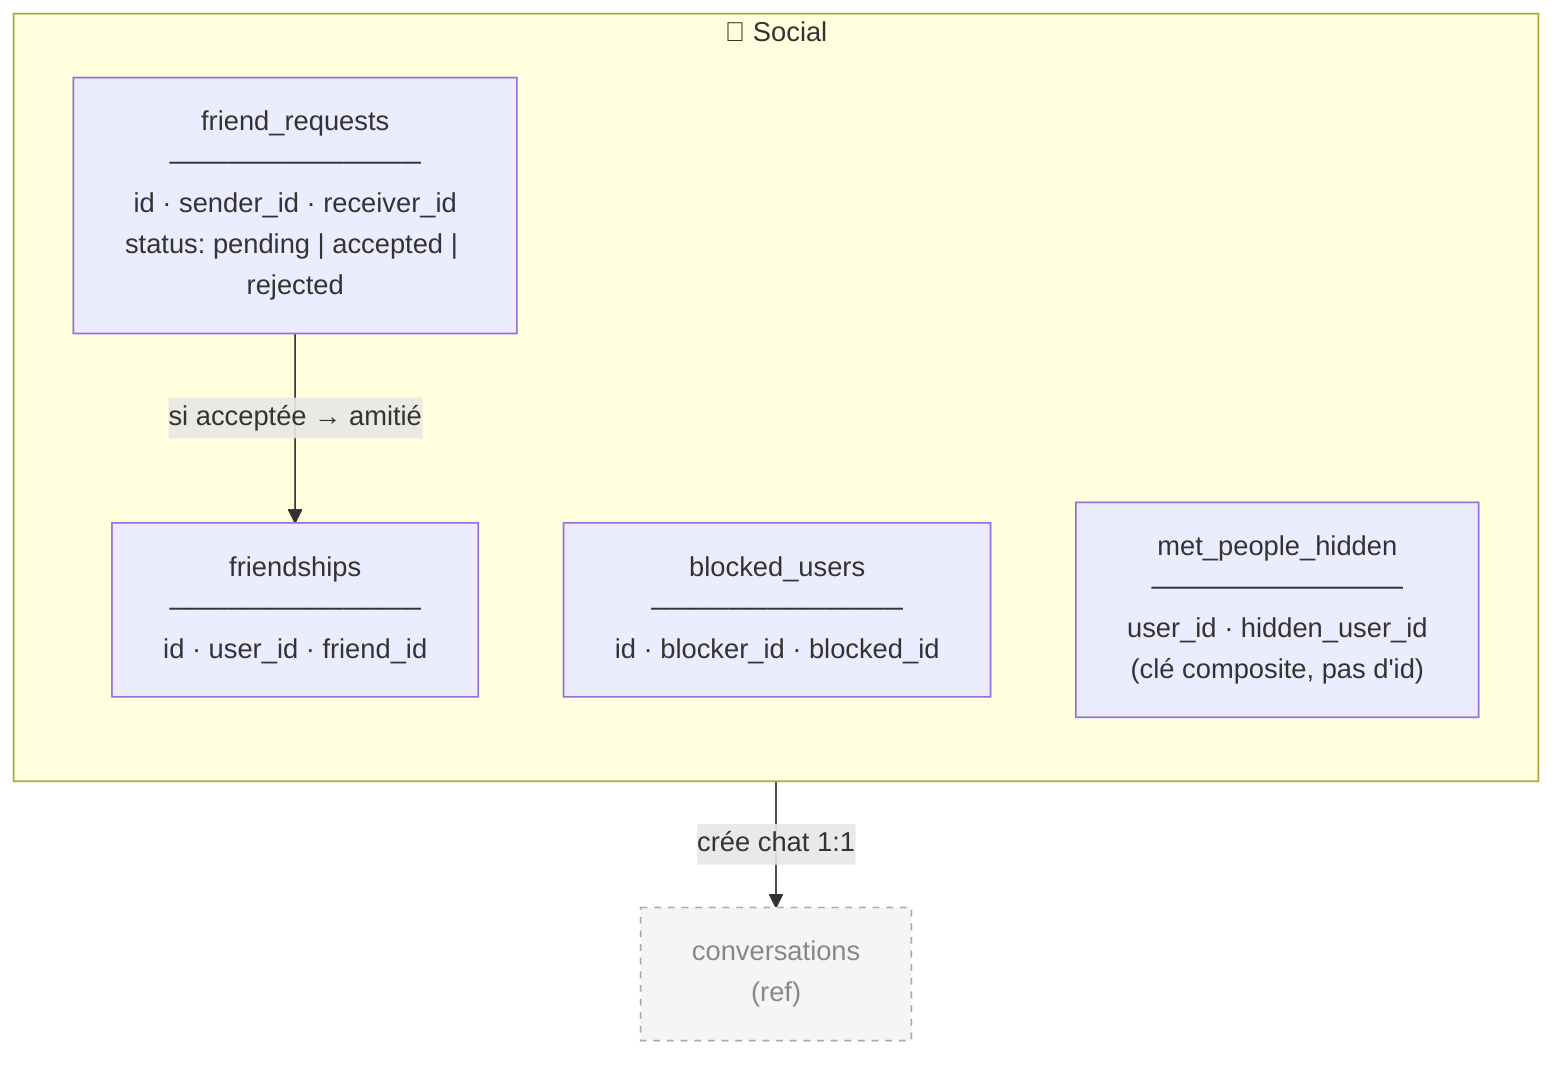
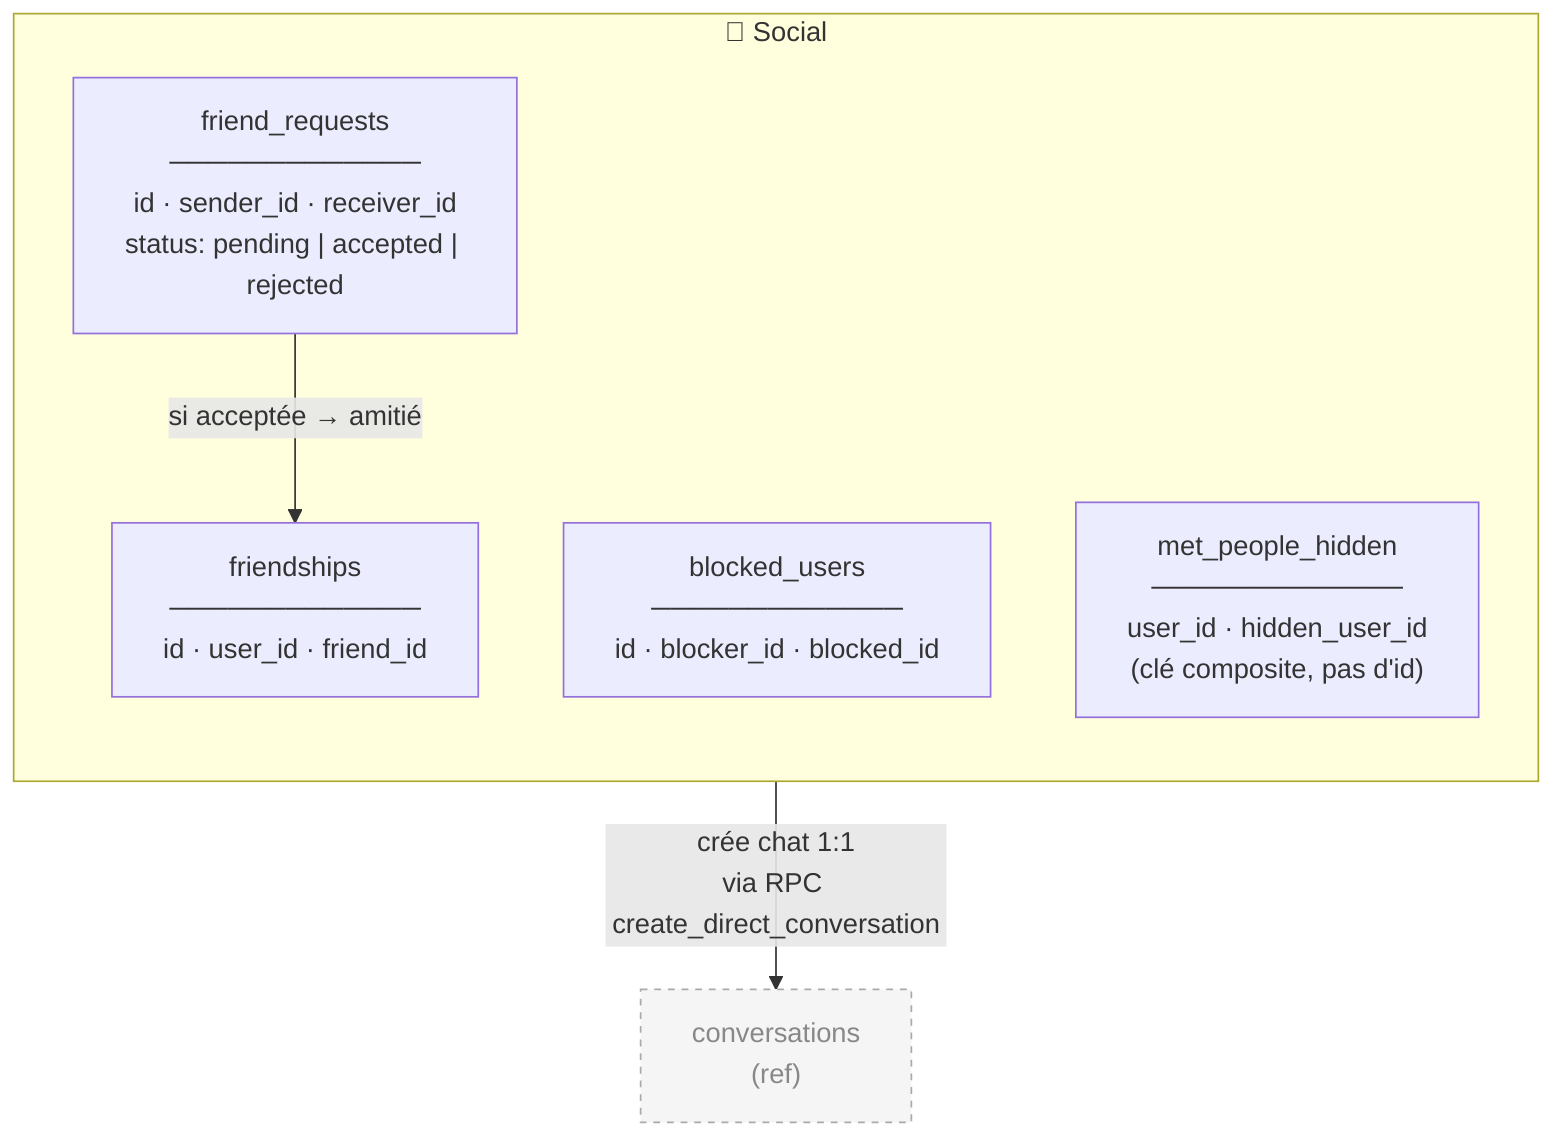
flowchart TD

  subgraph SOC["🤝 Social"]
    direction TB
    FR["friend_requests\n─────────────\nid · sender_id · receiver_id\nstatus: pending | accepted | rejected"]
    FS["friendships\n─────────────\nid · user_id · friend_id"]
    BU["blocked_users\n─────────────\nid · blocker_id · blocked_id"]
    MPH["met_people_hidden\n─────────────\nuser_id · hidden_user_id\n(clé composite, pas d'id)"]
  end

  %% Refs externes
  C_REF["conversations\n(ref)"]:::ref

  FR -->|"si acceptée → amitié"| FS
-   FR -->|"crée chat 1:1"| C_REF
+   FR -->|"crée chat 1:1\nvia RPC create_direct_conversation"| C_REF

  classDef ref fill:#f5f5f5,stroke:#aaa,stroke-dasharray:4 4,color:#888
